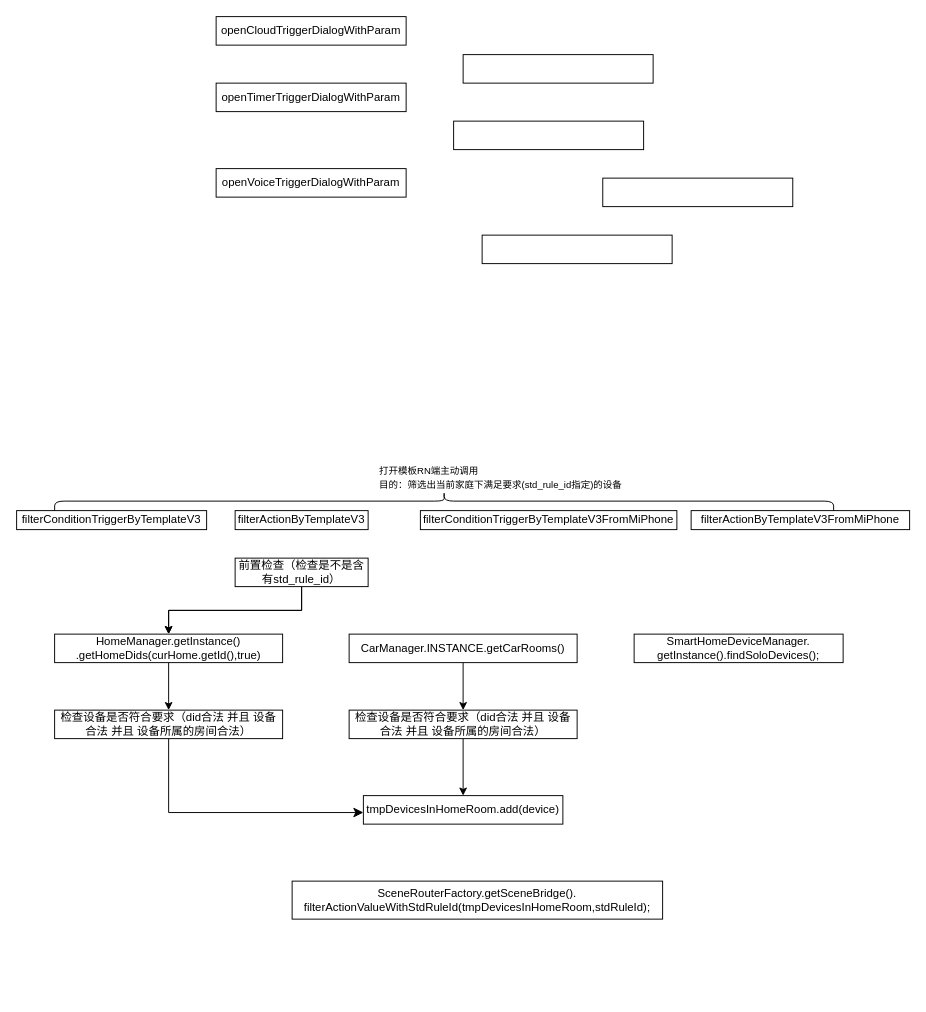
Above: 未命名绘图.drawio in WljclW/coolweather (draw.io), before the change. Source tidied: cells renumbered, new cells numbered last; positions are measured from the earlier drawing's top-left corner, leaving out a move shared by most shapes. Both pictures are drawn from the tidied source at 95%, with x=0, y=0 at pixel (16, 16).
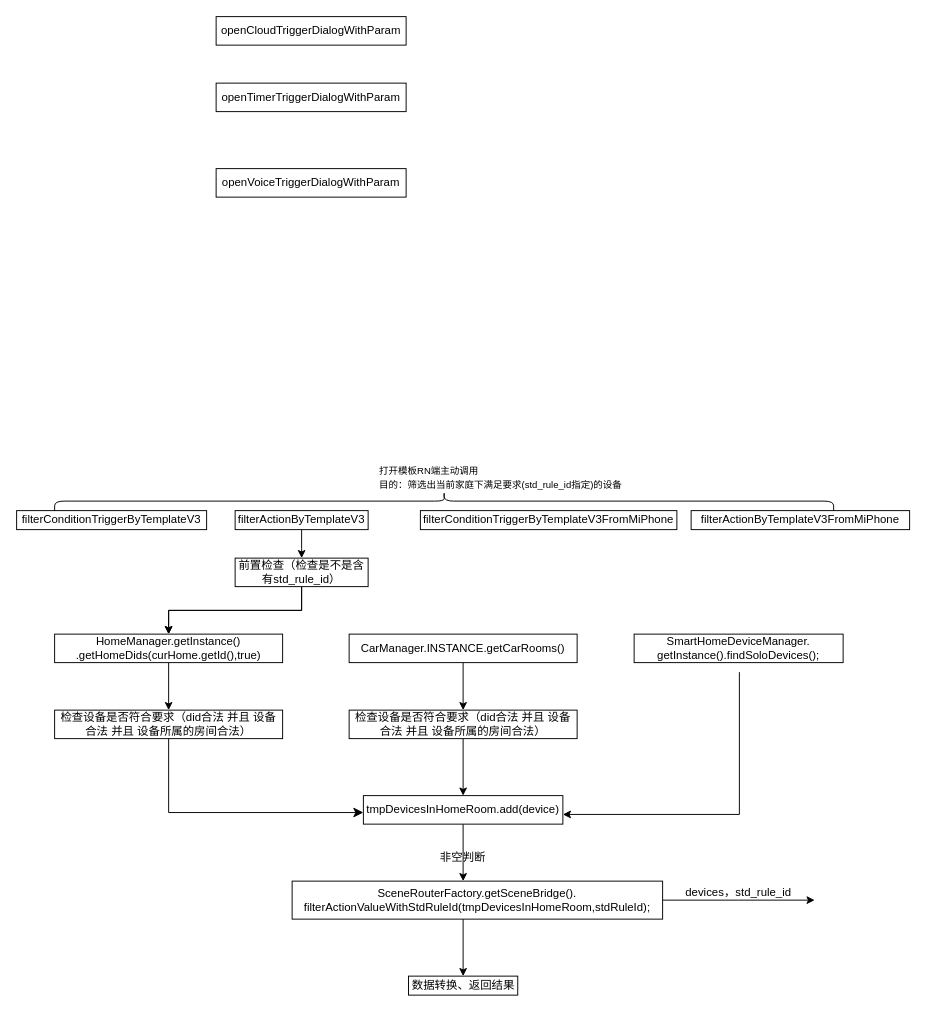
The same diagram, later.

Commit message:
更新未命名绘图.drawio

The change refers to these unchanged cells:
```xml
<mxCell id="10" value="filterActionByTemplateV3" style="rounded=0;whiteSpace=wrap;html=1;" parent="1" vertex="1">
  <mxGeometry x="230" y="520" width="140" height="20" as="geometry" />
</mxCell>
<mxCell id="17" value="前置检查（检查是不是含有std_rule_id）" style="rounded=0;whiteSpace=wrap;html=1;" parent="1" vertex="1">
  <mxGeometry x="230" y="570" width="140" height="30" as="geometry" />
</mxCell>
<mxCell id="26" value="tmpDevicesInHomeRoom.add(device)" style="rounded=0;whiteSpace=wrap;html=1;" parent="1" vertex="1">
  <mxGeometry x="365" y="820" width="210" height="30" as="geometry" />
</mxCell>
<mxCell id="27" value="SceneRouterFactory.getSceneBridge().&lt;br&gt;filterActionValueWithStdRuleId(tmpDevicesInHomeRoom,stdRuleId);" style="rounded=0;whiteSpace=wrap;html=1;" parent="1" vertex="1">
  <mxGeometry x="290" y="910" width="390" height="40" as="geometry" />
</mxCell>
```

What changed in the source:
```diff
@@
-    <mxCell id="3" style="rounded=0;whiteSpace=wrap;html=1;" parent="1" vertex="1">
-      <mxGeometry x="617" y="170" width="200" height="30" as="geometry" />
-    </mxCell>
-    <mxCell id="4" style="rounded=0;whiteSpace=wrap;html=1;" parent="1" vertex="1">
-      <mxGeometry x="470" y="40" width="200" height="30" as="geometry" />
-    </mxCell>
-    <mxCell id="5" style="rounded=0;whiteSpace=wrap;html=1;" parent="1" vertex="1">
-      <mxGeometry x="460" y="110" width="200" height="30" as="geometry" />
-    </mxCell>
-    <mxCell id="6" style="rounded=0;whiteSpace=wrap;html=1;" parent="1" vertex="1">
-      <mxGeometry x="490" y="230" width="200" height="30" as="geometry" />
-    </mxCell>
@@
+    <mxCell id="29" style="edgeStyle=orthogonalEdgeStyle;rounded=0;jettySize=auto;html=1;entryX=0.5;entryY=0;entryDx=0;entryDy=0;entryPerimeter=0;" parent="1" edge="1" source="10" target="17">
+      <mxGeometry relative="1" as="geometry">
+        <Array as="points">
+          <mxPoint x="300" y="560" />
+          <mxPoint x="300" y="560" />
+        </Array>
+      </mxGeometry>
+    </mxCell>
@@
+    <mxCell id="30" style="edgeStyle=orthogonalEdgeStyle;rounded=0;orthogonalLoop=1;jettySize=auto;html=1;entryX=0.996;entryY=0.328;entryDx=0;entryDy=0;entryPerimeter=0;" parent="1" edge="1">
+      <mxGeometry relative="1" as="geometry">
+        <mxPoint x="760.8" y="690" as="sourcePoint" />
+        <mxPoint x="575" y="839.8" as="targetPoint" />
+        <Array as="points">
+          <mxPoint x="760.8" y="840" />
+        </Array>
+      </mxGeometry>
+    </mxCell>
@@
+    <mxCell id="31" style="edgeStyle=orthogonalEdgeStyle;rounded=0;jettySize=auto;html=1;" parent="1" edge="1" source="26" target="27">
+      <mxGeometry relative="1" as="geometry">
+        <Array as="points">
+          <mxPoint x="470" y="890" />
+          <mxPoint x="470" y="890" />
+        </Array>
+      </mxGeometry>
+    </mxCell>
@@
+    <mxCell id="32" style="edgeStyle=orthogonalEdgeStyle;rounded=0;jettySize=auto;html=1;" parent="1" edge="1" source="27" target="34">
+      <mxGeometry relative="1" as="geometry">
+        <Array as="points">
+          <mxPoint x="470" y="970" />
+          <mxPoint x="470" y="970" />
+        </Array>
+      </mxGeometry>
+    </mxCell>
+    <mxCell id="33" style="edgeStyle=orthogonalEdgeStyle;rounded=0;jettySize=auto;html=1;" parent="1" edge="1" source="27">
+      <mxGeometry relative="1" as="geometry">
+        <mxPoint x="840" y="930" as="targetPoint" />
+      </mxGeometry>
+    </mxCell>
@@
+    <mxCell id="34" value="数据转换、返回结果" style="whiteSpace=wrap;html=1;rounded=0;" parent="1" vertex="1">
+      <mxGeometry x="412.5" y="1010" width="115" height="20" as="geometry" />
+    </mxCell>
+    <mxCell id="35" value="非空判断" style="text;html=1;align=center;verticalAlign=middle;whiteSpace=wrap;rounded=0;" parent="1" vertex="1">
+      <mxGeometry x="440" y="870" width="60" height="30" as="geometry" />
+    </mxCell>
+    <mxCell id="36" value="devices，std_rule_id" style="text;html=1;align=center;verticalAlign=middle;whiteSpace=wrap;rounded=0;" parent="1" vertex="1">
+      <mxGeometry x="700" y="907" width="120" height="30" as="geometry" />
+    </mxCell>
```
